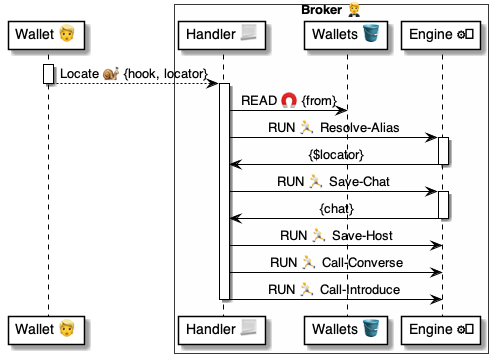
pollyweb-org/pollyweb-docs keeps this PlantUML diagram as 4 ⚙️ Solution/20 🧑‍🦰 UI/Brokers 🤵/🤵🅰️ Broker methods/Locators 🔆 Locate 🧑‍🦰🐌🤵/🤵 Locate ⚙️ uml.png. Above is the earlier version. Its source is kept beside it as 4 ⚙️ Solution/20 🧑‍🦰 UI/Brokers 🤵/🤵🅰️ Broker methods/Locators 🔆 Locate 🧑‍🦰🐌🤵/🤵 Locate ⚙️ uml.puml.
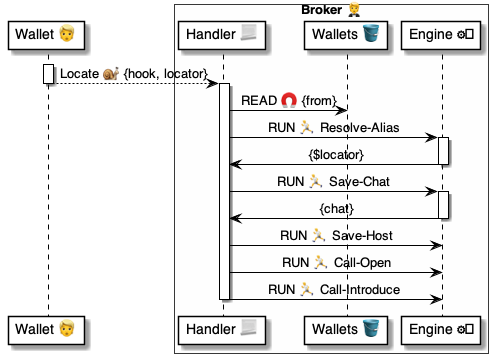
After the commit.

The edit, as a diff of the source:
```diff
@@ -32,7 +32,7 @@
 
     broker -> engine: RUN 🏃 Save-Host
 
-    broker -> engine: RUN 🏃 Call-Converse
+    broker -> engine: RUN 🏃 Call-Open
     broker -> engine: RUN 🏃 Call-Introduce
 
 
```
